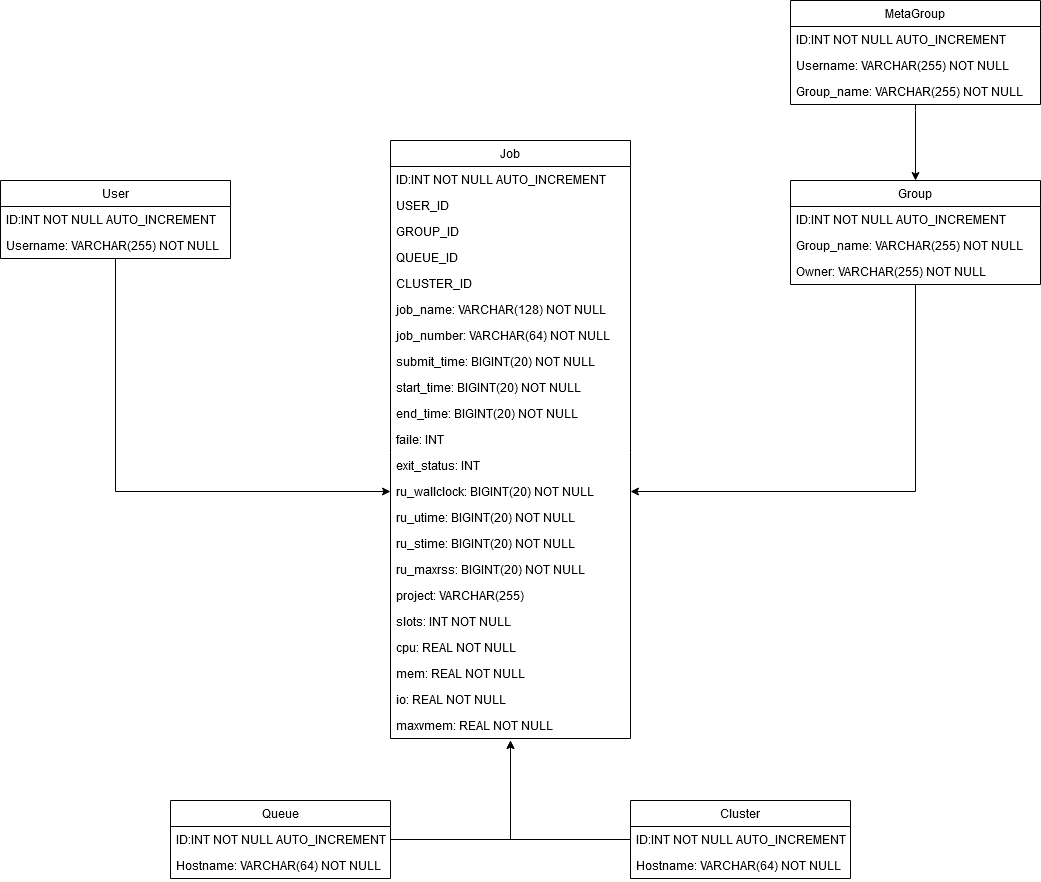
Earlier version of the draw.io export bdd.png (ltaulell/ChartAccounting). Source tidied: cells renumbered, new cells last; positions are measured from the earlier drawing's top-left corner, leaving out a move shared by most shapes.
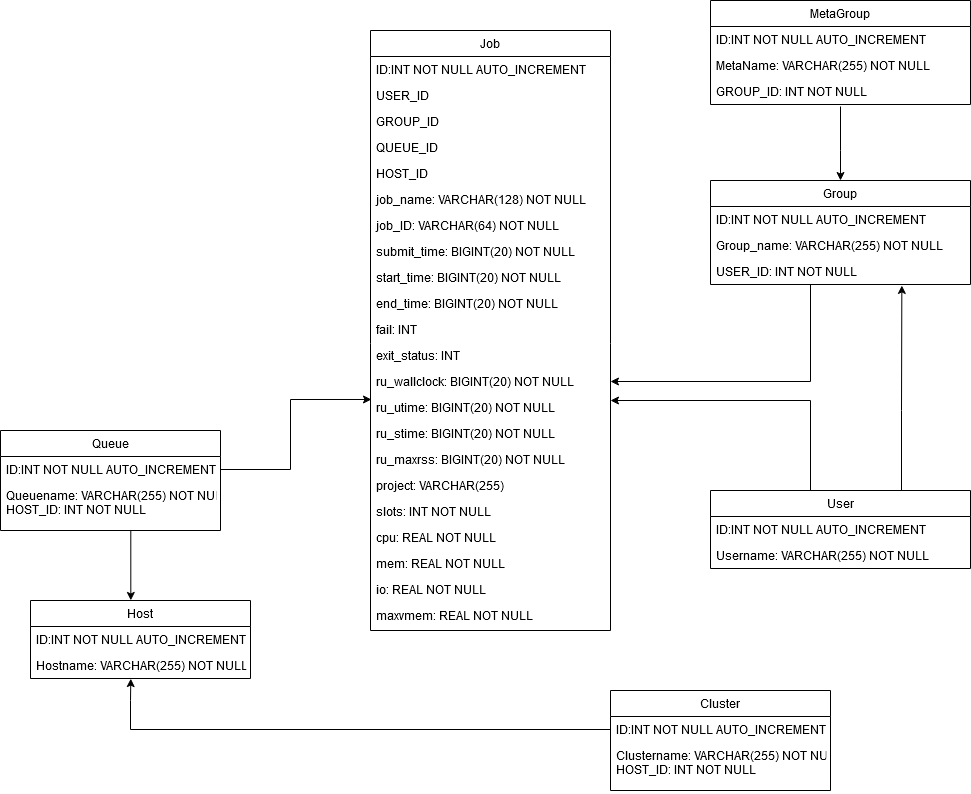
After the commit.

What changed in the source:
```diff
@@ -3,7 +3,7 @@
     <mxCell id="0" />
     <mxCell id="1" parent="0" />
     <mxCell id="2" value="Job" style="swimlane;fontStyle=0;horizontal=1;startSize=26;fillColor=none;" parent="1" vertex="1">
-      <mxGeometry x="390" y="140" width="240" height="598" as="geometry" />
+      <mxGeometry x="390" y="140" width="240" height="600" as="geometry" />
     </mxCell>
     <mxCell id="3" value="ID:INT NOT NULL AUTO_INCREMENT" style="text;strokeColor=none;fillColor=none;align=left;verticalAlign=top;spacingLeft=4;spacingRight=4;overflow=hidden;" parent="2" vertex="1">
       <mxGeometry y="26" width="240" height="26" as="geometry" />
@@ -17,13 +17,13 @@
     <mxCell id="6" value="QUEUE_ID" style="text;strokeColor=none;fillColor=none;align=left;verticalAlign=top;spacingLeft=4;spacingRight=4;overflow=hidden;" parent="2" vertex="1">
       <mxGeometry y="104" width="240" height="26" as="geometry" />
     </mxCell>
-    <mxCell id="7" value="CLUSTER_ID" style="text;strokeColor=none;fillColor=none;align=left;verticalAlign=top;spacingLeft=4;spacingRight=4;overflow=hidden;" parent="2" vertex="1">
-      <mxGeometry y="130" width="240" height="26" as="geometry" />
-    </mxCell>
+    <mxCell id="47" value="HOST_ID" style="text;strokeColor=none;fillColor=none;align=left;verticalAlign=top;spacingLeft=4;spacingRight=4;overflow=hidden;" parent="2" vertex="1">
+      <mxGeometry y="130" width="240" height="26" as="geometry" />
+    </mxCell>
     <mxCell id="8" value="job_name: VARCHAR(128) NOT NULL " style="text;strokeColor=none;fillColor=none;align=left;verticalAlign=top;spacingLeft=4;spacingRight=4;overflow=hidden;" parent="2" vertex="1">
       <mxGeometry y="156" width="240" height="26" as="geometry" />
     </mxCell>
-    <mxCell id="9" value="job_number: VARCHAR(64) NOT NULL " style="text;strokeColor=none;fillColor=none;align=left;verticalAlign=top;spacingLeft=4;spacingRight=4;overflow=hidden;" parent="2" vertex="1">
+    <mxCell id="9" value="job_ID: VARCHAR(64) NOT NULL " style="text;strokeColor=none;fillColor=none;align=left;verticalAlign=top;spacingLeft=4;spacingRight=4;overflow=hidden;" parent="2" vertex="1">
       <mxGeometry y="182" width="240" height="26" as="geometry" />
     </mxCell>
     <mxCell id="10" value="submit_time: BIGINT(20) NOT NULL " style="text;strokeColor=none;fillColor=none;align=left;verticalAlign=top;spacingLeft=4;spacingRight=4;overflow=hidden;" parent="2" vertex="1">
@@ -35,7 +35,7 @@
     <mxCell id="12" value="end_time: BIGINT(20) NOT NULL " style="text;strokeColor=none;fillColor=none;align=left;verticalAlign=top;spacingLeft=4;spacingRight=4;overflow=hidden;" parent="2" vertex="1">
       <mxGeometry y="260" width="240" height="26" as="geometry" />
     </mxCell>
-    <mxCell id="13" value="faile: INT" style="text;strokeColor=none;fillColor=none;align=left;verticalAlign=top;spacingLeft=4;spacingRight=4;overflow=hidden;" parent="2" vertex="1">
+    <mxCell id="13" value="fail: INT" style="text;strokeColor=none;fillColor=none;align=left;verticalAlign=top;spacingLeft=4;spacingRight=4;overflow=hidden;" parent="2" vertex="1">
       <mxGeometry y="286" width="240" height="26" as="geometry" />
     </mxCell>
     <mxCell id="14" value="exit_status: INT " style="text;strokeColor=none;fillColor=none;align=left;verticalAlign=top;spacingLeft=4;spacingRight=4;overflow=hidden;" parent="2" vertex="1">
@@ -69,87 +69,122 @@
       <mxGeometry y="546" width="240" height="26" as="geometry" />
     </mxCell>
     <mxCell id="24" value="maxvmem: REAL NOT NULL " style="text;strokeColor=none;fillColor=none;align=left;verticalAlign=top;spacingLeft=4;spacingRight=4;overflow=hidden;points=[[0,0.5],[1,0.5]];portConstraint=eastwest;" parent="2" vertex="1">
-      <mxGeometry y="572" width="240" height="26" as="geometry" />
+      <mxGeometry y="572" width="240" height="28" as="geometry" />
     </mxCell>
-    <mxCell id="25" style="edgeStyle=orthogonalEdgeStyle;rounded=0;jettySize=auto;html=1;entryX=0;entryY=0.5;entryDx=0;entryDy=0;" parent="1" edge="1" source="26" target="15">
-      <mxGeometry relative="1" as="geometry" />
+    <mxCell id="25" style="edgeStyle=orthogonalEdgeStyle;rounded=0;jettySize=auto;html=1;entryX=1;entryY=0.231;entryDx=0;entryDy=0;entryPerimeter=0;" parent="1" edge="1" source="26" target="16">
+      <mxGeometry relative="1" as="geometry">
+        <Array as="points">
+          <mxPoint x="830" y="510" />
+        </Array>
+      </mxGeometry>
     </mxCell>
+    <mxCell id="48" style="edgeStyle=orthogonalEdgeStyle;rounded=0;jettySize=auto;html=1;entryX=0.736;entryY=1.038;entryDx=0;entryDy=0;entryPerimeter=0;" parent="1" edge="1" source="26" target="33">
+      <mxGeometry relative="1" as="geometry">
+        <Array as="points">
+          <mxPoint x="921" y="520" />
+          <mxPoint x="921" y="520" />
+        </Array>
+      </mxGeometry>
+    </mxCell>
     <mxCell id="26" value="User" style="swimlane;fontStyle=0;horizontal=1;startSize=26;fillColor=none;" parent="1" vertex="1">
-      <mxGeometry y="180" width="230" height="78" as="geometry" />
+      <mxGeometry x="730" y="600" width="260" height="78" as="geometry" />
     </mxCell>
     <mxCell id="27" value="ID:INT NOT NULL AUTO_INCREMENT" style="text;strokeColor=none;fillColor=none;align=left;verticalAlign=top;spacingLeft=4;spacingRight=4;overflow=hidden;" parent="26" vertex="1">
-      <mxGeometry y="26" width="230" height="26" as="geometry" />
+      <mxGeometry y="26" width="260" height="26" as="geometry" />
     </mxCell>
     <mxCell id="28" value="Username: VARCHAR(255) NOT NULL " style="text;strokeColor=none;fillColor=none;align=left;verticalAlign=top;spacingLeft=4;spacingRight=4;overflow=hidden;" parent="26" vertex="1">
-      <mxGeometry y="52" width="230" height="26" as="geometry" />
+      <mxGeometry y="52" width="260" height="26" as="geometry" />
     </mxCell>
     <mxCell id="29" style="edgeStyle=orthogonalEdgeStyle;rounded=0;jettySize=auto;html=1;entryX=1;entryY=0.5;entryDx=0;entryDy=0;" parent="1" edge="1" source="30" target="15">
-      <mxGeometry relative="1" as="geometry" />
+      <mxGeometry relative="1" as="geometry">
+        <Array as="points">
+          <mxPoint x="830" y="491" />
+        </Array>
+      </mxGeometry>
     </mxCell>
     <mxCell id="30" value="Group" style="swimlane;fontStyle=0;horizontal=1;startSize=26;fillColor=none;" parent="1" vertex="1">
-      <mxGeometry x="790" y="180" width="250" height="104" as="geometry" />
+      <mxGeometry x="730" y="290" width="260" height="104" as="geometry" />
     </mxCell>
     <mxCell id="31" value="ID:INT NOT NULL AUTO_INCREMENT" style="text;strokeColor=none;fillColor=none;align=left;verticalAlign=top;spacingLeft=4;spacingRight=4;overflow=hidden;" parent="30" vertex="1">
-      <mxGeometry y="26" width="250" height="26" as="geometry" />
+      <mxGeometry y="26" width="260" height="26" as="geometry" />
     </mxCell>
     <mxCell id="32" value="Group_name: VARCHAR(255) NOT NULL " style="text;strokeColor=none;fillColor=none;align=left;verticalAlign=top;spacingLeft=4;spacingRight=4;overflow=hidden;" parent="30" vertex="1">
-      <mxGeometry y="52" width="250" height="26" as="geometry" />
+      <mxGeometry y="52" width="260" height="26" as="geometry" />
     </mxCell>
-    <mxCell id="33" value="Owner: VARCHAR(255) NOT NULL " style="text;strokeColor=none;fillColor=none;align=left;verticalAlign=top;spacingLeft=4;spacingRight=4;overflow=hidden;points=[[0,0.5],[1,0.5]];portConstraint=eastwest;" parent="30" vertex="1">
-      <mxGeometry y="78" width="250" height="26" as="geometry" />
+    <mxCell id="33" value="USER_ID: INT NOT NULL " style="text;strokeColor=none;fillColor=none;align=left;verticalAlign=top;spacingLeft=4;spacingRight=4;overflow=hidden;points=[[0,0.5],[1,0.5]];portConstraint=eastwest;" parent="30" vertex="1">
+      <mxGeometry y="78" width="260" height="26" as="geometry" />
     </mxCell>
     <mxCell id="34" value="Queue" style="swimlane;fontStyle=0;horizontal=1;startSize=26;fillColor=none;" parent="1" vertex="1">
-      <mxGeometry x="170" y="800" width="220" height="78" as="geometry" />
+      <mxGeometry x="20" y="540" width="220" height="100" as="geometry" />
     </mxCell>
     <mxCell id="35" value="ID:INT NOT NULL AUTO_INCREMENT" style="text;strokeColor=none;fillColor=none;align=left;verticalAlign=top;spacingLeft=4;spacingRight=4;overflow=hidden;points=[[0,0.5],[1,0.5]];portConstraint=eastwest;" parent="34" vertex="1">
       <mxGeometry y="26" width="220" height="26" as="geometry" />
     </mxCell>
-    <mxCell id="36" value="Hostname: VARCHAR(64) NOT NULL" style="text;strokeColor=none;fillColor=none;align=left;verticalAlign=top;spacingLeft=4;spacingRight=4;overflow=hidden;points=[[0,0.5],[1,0.5]];portConstraint=eastwest;" parent="34" vertex="1">
-      <mxGeometry y="52" width="220" height="26" as="geometry" />
+    <mxCell id="36" value="Queuename: VARCHAR(255) NOT NULL&#10;HOST_ID: INT NOT NULL&#10;" style="text;strokeColor=none;fillColor=none;align=left;verticalAlign=top;spacingLeft=4;spacingRight=4;overflow=hidden;points=[[0,0.5],[1,0.5]];portConstraint=eastwest;" parent="34" vertex="1">
+      <mxGeometry y="52" width="220" height="48" as="geometry" />
     </mxCell>
     <mxCell id="37" value="Cluster" style="swimlane;fontStyle=0;horizontal=1;startSize=26;fillColor=none;" parent="1" vertex="1">
-      <mxGeometry x="630" y="800" width="220" height="78" as="geometry" />
+      <mxGeometry x="630" y="800" width="220" height="100" as="geometry" />
     </mxCell>
     <mxCell id="38" value="ID:INT NOT NULL AUTO_INCREMENT" style="text;strokeColor=none;fillColor=none;align=left;verticalAlign=top;spacingLeft=4;spacingRight=4;overflow=hidden;points=[[0,0.5],[1,0.5]];portConstraint=eastwest;" parent="37" vertex="1">
       <mxGeometry y="26" width="220" height="26" as="geometry" />
     </mxCell>
-    <mxCell id="39" value="Hostname: VARCHAR(64) NOT NULL" style="text;strokeColor=none;fillColor=none;align=left;verticalAlign=top;spacingLeft=4;spacingRight=4;overflow=hidden;" parent="37" vertex="1">
-      <mxGeometry y="52" width="220" height="26" as="geometry" />
+    <mxCell id="39" value="Clustername: VARCHAR(255) NOT NULL&#10;HOST_ID: INT NOT NULL" style="text;strokeColor=none;fillColor=none;align=left;verticalAlign=top;spacingLeft=4;spacingRight=4;overflow=hidden;" parent="37" vertex="1">
+      <mxGeometry y="52" width="220" height="48" as="geometry" />
     </mxCell>
-    <mxCell id="40" style="edgeStyle=orthogonalEdgeStyle;rounded=0;jettySize=auto;html=1;" parent="1" edge="1" source="35">
-      <mxGeometry relative="1" as="geometry">
-        <mxPoint x="510" y="740" as="targetPoint" />
-        <Array as="points">
-          <mxPoint x="510" y="839" />
-        </Array>
-      </mxGeometry>
-    </mxCell>
-    <mxCell id="41" style="edgeStyle=orthogonalEdgeStyle;rounded=0;jettySize=auto;html=1;entryX=0.5;entryY=1.077;entryDx=0;entryDy=0;entryPerimeter=0;" parent="1" edge="1" source="38" target="24">
+    <mxCell id="41" style="edgeStyle=orthogonalEdgeStyle;rounded=0;jettySize=auto;html=1;entryX=0.456;entryY=1.005;entryDx=0;entryDy=0;entryPerimeter=0;" parent="1" edge="1" source="38" target="51">
       <mxGeometry relative="1" as="geometry">
         <Array as="points">
-          <mxPoint x="510" y="839" />
+          <mxPoint x="150" y="839" />
+          <mxPoint x="150" y="810" />
+          <mxPoint x="150" y="810" />
         </Array>
       </mxGeometry>
     </mxCell>
     <mxCell id="42" value="MetaGroup" style="swimlane;fontStyle=0;horizontal=1;startSize=26;fillColor=none;" parent="1" vertex="1">
-      <mxGeometry x="790" width="250" height="104" as="geometry" />
+      <mxGeometry x="730" y="110" width="260" height="104" as="geometry" />
     </mxCell>
     <mxCell id="43" value="ID:INT NOT NULL AUTO_INCREMENT" style="text;strokeColor=none;fillColor=none;align=left;verticalAlign=top;spacingLeft=4;spacingRight=4;overflow=hidden;" parent="42" vertex="1">
-      <mxGeometry y="26" width="250" height="26" as="geometry" />
+      <mxGeometry y="26" width="260" height="26" as="geometry" />
     </mxCell>
-    <mxCell id="44" value="Username: VARCHAR(255) NOT NULL " style="text;strokeColor=none;fillColor=none;align=left;verticalAlign=top;spacingLeft=4;spacingRight=4;overflow=hidden;" parent="42" vertex="1">
-      <mxGeometry y="52" width="250" height="26" as="geometry" />
+    <mxCell id="44" value="MetaName: VARCHAR(255) NOT NULL " style="text;strokeColor=none;fillColor=none;align=left;verticalAlign=top;spacingLeft=4;spacingRight=4;overflow=hidden;" parent="42" vertex="1">
+      <mxGeometry y="52" width="260" height="26" as="geometry" />
     </mxCell>
-    <mxCell id="45" value="Group_name: VARCHAR(255) NOT NULL " style="text;strokeColor=none;fillColor=none;align=left;verticalAlign=top;spacingLeft=4;spacingRight=4;overflow=hidden;points=[[0,0.5],[1,0.5]];portConstraint=eastwest;" parent="42" vertex="1">
-      <mxGeometry y="78" width="250" height="26" as="geometry" />
+    <mxCell id="45" value="GROUP_ID: INT NOT NULL " style="text;strokeColor=none;fillColor=none;align=left;verticalAlign=top;spacingLeft=4;spacingRight=4;overflow=hidden;points=[[0,0.5],[1,0.5]];portConstraint=eastwest;" parent="42" vertex="1">
+      <mxGeometry y="78" width="260" height="26" as="geometry" />
     </mxCell>
-    <mxCell id="46" style="edgeStyle=orthogonalEdgeStyle;rounded=0;jettySize=auto;html=1;entryX=0.5;entryY=0;entryDx=0;entryDy=0;" parent="1" edge="1" source="45" target="30">
+    <mxCell id="46" style="edgeStyle=orthogonalEdgeStyle;rounded=0;jettySize=auto;html=1;entryX=0.5;entryY=0;entryDx=0;entryDy=0;exitX=0.5;exitY=1.077;exitDx=0;exitDy=0;exitPerimeter=0;" parent="1" edge="1" source="45" target="30">
       <mxGeometry relative="1" as="geometry">
         <Array as="points">
-          <mxPoint x="915" y="110" />
-          <mxPoint x="915" y="110" />
+          <mxPoint x="860" y="260" />
+          <mxPoint x="860" y="260" />
         </Array>
       </mxGeometry>
     </mxCell>
+    <mxCell id="49" value="Host" style="swimlane;fontStyle=0;horizontal=1;startSize=26;fillColor=none;" parent="1" vertex="1">
+      <mxGeometry x="50" y="710" width="220" height="78" as="geometry" />
+    </mxCell>
+    <mxCell id="50" value="ID:INT NOT NULL AUTO_INCREMENT" style="text;strokeColor=none;fillColor=none;align=left;verticalAlign=top;spacingLeft=4;spacingRight=4;overflow=hidden;" parent="49" vertex="1">
+      <mxGeometry y="26" width="220" height="26" as="geometry" />
+    </mxCell>
+    <mxCell id="51" value="Hostname: VARCHAR(255) NOT NULL" style="text;strokeColor=none;fillColor=none;align=left;verticalAlign=top;spacingLeft=4;spacingRight=4;overflow=hidden;points=[[0,0.5],[1,0.5]];portConstraint=eastwest;" parent="49" vertex="1">
+      <mxGeometry y="52" width="220" height="26" as="geometry" />
+    </mxCell>
+    <mxCell id="52" style="edgeStyle=orthogonalEdgeStyle;rounded=0;jettySize=auto;html=1;entryX=0.456;entryY=-0.001;entryDx=0;entryDy=0;exitX=0.668;exitY=1;exitDx=0;exitDy=0;exitPerimeter=0;entryPerimeter=0;" parent="1" edge="1" source="36" target="49">
+      <mxGeometry relative="1" as="geometry">
+        <Array as="points">
+          <mxPoint x="150" y="640" />
+          <mxPoint x="150" y="710" />
+        </Array>
+      </mxGeometry>
+    </mxCell>
+    <mxCell id="53" style="edgeStyle=orthogonalEdgeStyle;rounded=0;jettySize=auto;html=1;entryX=0.004;entryY=0.192;entryDx=0;entryDy=0;exitX=1;exitY=0.5;exitDx=0;exitDy=0;entryPerimeter=0;" parent="1" edge="1" source="35" target="16">
+      <mxGeometry relative="1" as="geometry">
+        <Array as="points">
+          <mxPoint x="310" y="579" />
+          <mxPoint x="310" y="509" />
+        </Array>
+      </mxGeometry>
+    </mxCell>
   </root>
 </mxGraphModel>
```
